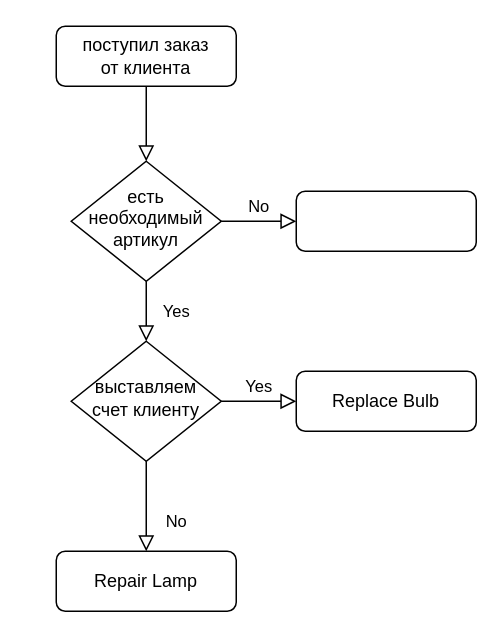
Above: page "Page-1" (1 of 2) of newexample2025.drawio in emauter/GB_mysql (draw.io), before the change. Source tidied: cells renumbered, new cells numbered last; positions are measured from the earlier drawing's top-left corner, leaving out a move shared by most shapes. Both pictures are drawn from the tidied source at 150%, with x=0, y=0 at pixel (56, 26).
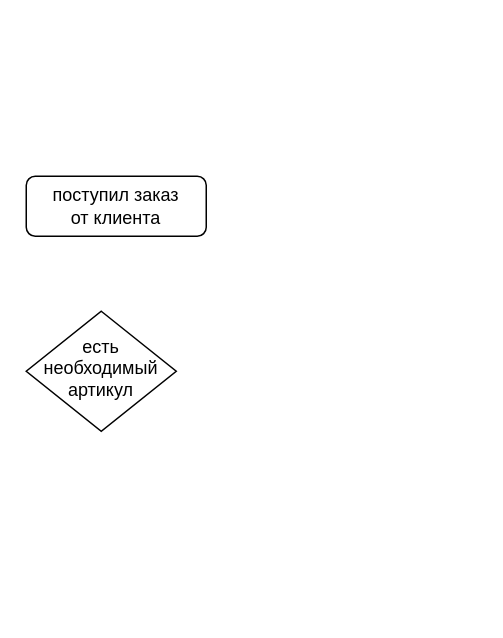
The same diagram, later.

What changed in the source:
```diff
@@
 <mxGraphModel>
   <root>
     <mxCell id="0" />
     <mxCell id="1" parent="0" />
-    <mxCell id="2" style="rounded=0;html=1;jettySize=auto;fontSize=11;endArrow=block;endFill=0;endSize=8;strokeWidth=1;shadow=0;labelBackgroundColor=none;edgeStyle=orthogonalEdgeStyle;" parent="1" edge="1" source="3" target="6">
-      <mxGeometry relative="1" as="geometry" />
-    </mxCell>
     <mxCell id="3" value="поступил заказ&lt;div&gt;от клиента&lt;/div&gt;" style="rounded=1;whiteSpace=wrap;html=1;fontSize=12;glass=0;strokeWidth=1;shadow=0;" parent="1" vertex="1">
-      <mxGeometry width="120" height="40" as="geometry" />
+      <mxGeometry x="-20" y="100" width="120" height="40" as="geometry" />
     </mxCell>
-    <mxCell id="4" value="Yes" style="rounded=0;html=1;jettySize=auto;fontSize=11;endArrow=block;endFill=0;endSize=8;strokeWidth=1;shadow=0;labelBackgroundColor=none;edgeStyle=orthogonalEdgeStyle;" parent="1" edge="1" source="6" target="10">
-      <mxGeometry y="20" relative="1" as="geometry" />
-    </mxCell>
-    <mxCell id="5" value="No" style="edgeStyle=orthogonalEdgeStyle;rounded=0;html=1;jettySize=auto;fontSize=11;endArrow=block;endFill=0;endSize=8;strokeWidth=1;shadow=0;labelBackgroundColor=none;" parent="1" edge="1" source="6" target="7">
-      <mxGeometry y="10" relative="1" as="geometry" />
-    </mxCell>
     <mxCell id="6" value="есть необходимый артикул" style="rhombus;whiteSpace=wrap;html=1;shadow=0;fontFamily=Helvetica;fontSize=12;align=center;strokeWidth=1;spacing=6;spacingTop=-4;" parent="1" vertex="1">
-      <mxGeometry x="10" y="90" width="100" height="80" as="geometry" />
+      <mxGeometry x="-20" y="190" width="100" height="80" as="geometry" />
     </mxCell>
-    <mxCell id="7" style="rounded=1;whiteSpace=wrap;html=1;fontSize=12;glass=0;strokeWidth=1;shadow=0;" parent="1" vertex="1">
-      <mxGeometry x="160" y="110" width="120" height="40" as="geometry" />
-    </mxCell>
-    <mxCell id="8" value="No" style="rounded=0;html=1;jettySize=auto;fontSize=11;endArrow=block;endFill=0;endSize=8;strokeWidth=1;shadow=0;labelBackgroundColor=none;edgeStyle=orthogonalEdgeStyle;" parent="1" edge="1" source="10" target="11">
-      <mxGeometry x="0.33" y="20" relative="1" as="geometry" />
-    </mxCell>
-    <mxCell id="9" value="Yes" style="edgeStyle=orthogonalEdgeStyle;rounded=0;html=1;jettySize=auto;fontSize=11;endArrow=block;endFill=0;endSize=8;strokeWidth=1;shadow=0;labelBackgroundColor=none;" parent="1" edge="1" source="10" target="12">
-      <mxGeometry y="10" relative="1" as="geometry" />
-    </mxCell>
-    <mxCell id="10" value="выставляем счет клиенту" style="rhombus;whiteSpace=wrap;html=1;shadow=0;fontFamily=Helvetica;fontSize=12;align=center;strokeWidth=1;spacing=6;spacingTop=-4;" parent="1" vertex="1">
-      <mxGeometry x="10" y="210" width="100" height="80" as="geometry" />
-    </mxCell>
-    <mxCell id="11" value="Repair Lamp" style="rounded=1;whiteSpace=wrap;html=1;fontSize=12;glass=0;strokeWidth=1;shadow=0;" parent="1" vertex="1">
-      <mxGeometry y="350" width="120" height="40" as="geometry" />
-    </mxCell>
-    <mxCell id="12" value="Replace Bulb" style="rounded=1;whiteSpace=wrap;html=1;fontSize=12;glass=0;strokeWidth=1;shadow=0;" parent="1" vertex="1">
-      <mxGeometry x="160" y="230" width="120" height="40" as="geometry" />
-    </mxCell>
   </root>
 </mxGraphModel>
```
